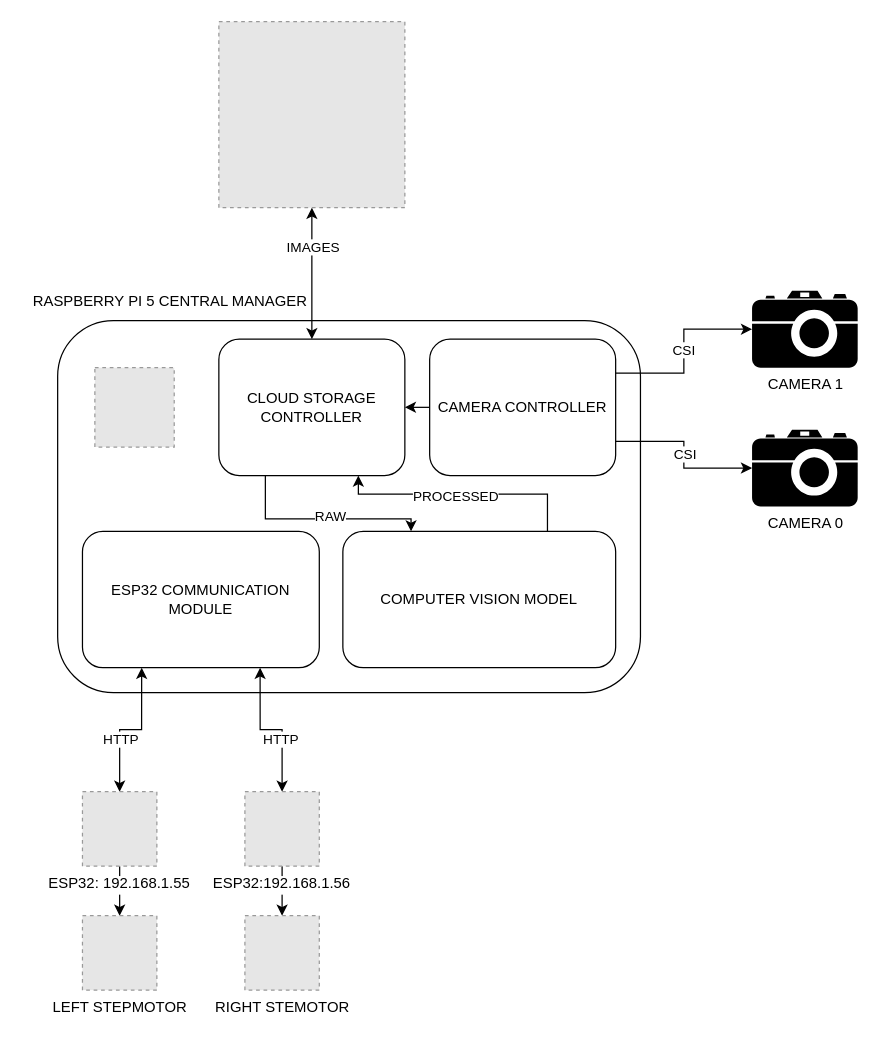
This is systemarchitecture.drawio from Jusepepe/PROYECTO_SCA, a draw.io file, before an edit. Source tidied: cells renumbered, new cells numbered last; positions are measured from the earlier drawing's top-left corner, leaving out a move shared by most shapes. Both pictures are drawn from the tidied source at 124%, with x=0, y=0 at pixel (21, 21). Pictures stored in the file or linked from it are replaced by grey dashed boxes.
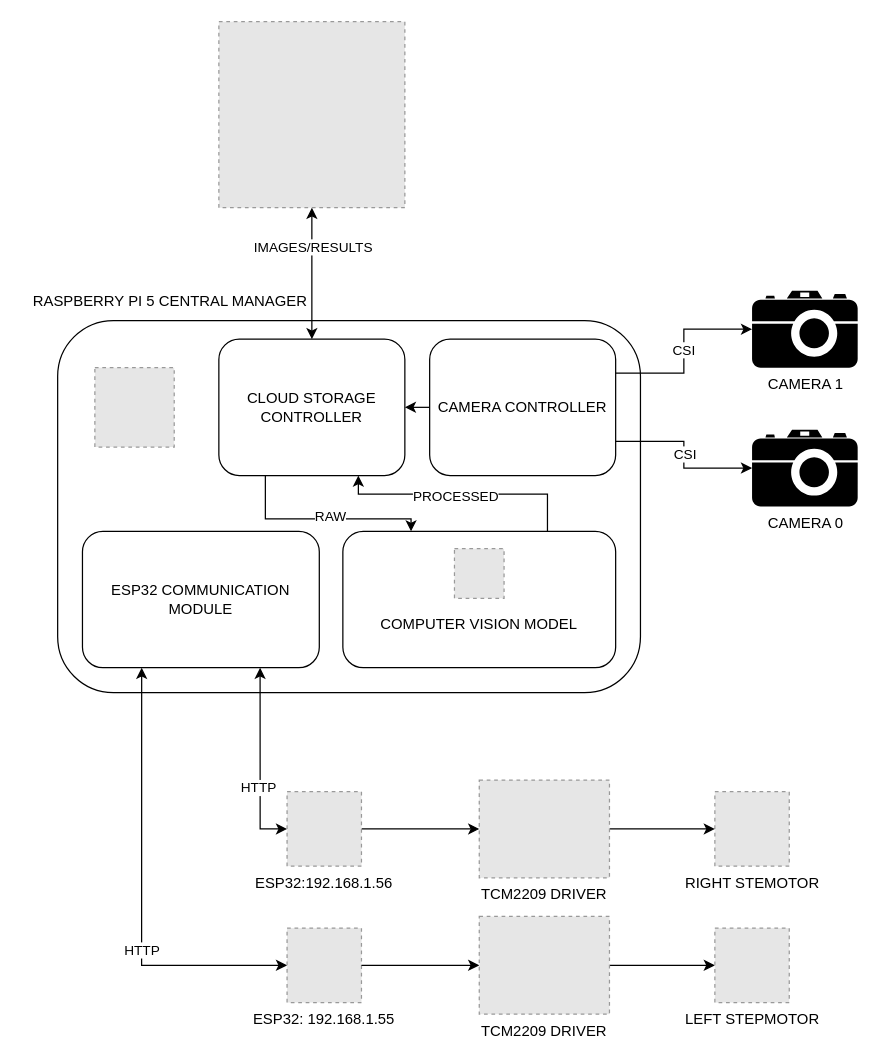
The same diagram, later.

Unchanged cells that the change refers to:
```xml
<mxCell id="12" value="ESP32 COMMUNICATION MODULE" style="rounded=1;whiteSpace=wrap;html=1;" parent="1" vertex="1">
  <mxGeometry x="49" y="411" width="191" height="110" as="geometry" />
</mxCell>
<mxCell id="13" style="edgeStyle=orthogonalEdgeStyle;rounded=0;jettySize=auto;html=1;exitX=0.5;exitY=0;exitDx=0;exitDy=0;entryX=0.5;entryY=1;entryDx=0;entryDy=0;startArrow=classic;startFill=1;" parent="1" edge="1" source="17" target="3">
  <mxGeometry relative="1" as="geometry" />
</mxCell>
```

The edit, as a diff of the source:
```diff
@@
-    <mxCell id="4" style="edgeStyle=orthogonalEdgeStyle;rounded=0;jettySize=auto;html=1;exitX=0.5;exitY=0;exitDx=0;exitDy=0;entryX=0.25;entryY=1;entryDx=0;entryDy=0;startArrow=classic;startFill=1;" parent="1" edge="1" source="7" target="12">
+    <mxCell id="4" style="edgeStyle=orthogonalEdgeStyle;rounded=0;jettySize=auto;html=1;exitX=0;exitY=0.5;exitDx=0;exitDy=0;entryX=0.25;entryY=1;entryDx=0;entryDy=0;startArrow=classic;startFill=1;" parent="1" edge="1" source="7" target="12">
       <mxGeometry relative="1" as="geometry" />
     </mxCell>
@@
-    <mxCell id="6" style="edgeStyle=orthogonalEdgeStyle;rounded=0;jettySize=auto;html=1;" parent="1" edge="1" source="7" target="26">
+    <mxCell id="6" style="edgeStyle=orthogonalEdgeStyle;rounded=0;jettySize=auto;html=1;" parent="1" edge="1" source="38" target="26">
       <mxGeometry relative="1" as="geometry" />
     </mxCell>
     <mxCell id="7" value="ESP32: 192.168.1.55" style="fillColor=#E6E6E6;strokeColor=#999999;dashed=1;verticalLabelPosition=bottom;labelBackgroundColor=default;verticalAlign=top;" parent="1" vertex="1">
-      <mxGeometry x="49" y="621" width="60" height="60" as="geometry" />
+      <mxGeometry x="214" y="731" width="60" height="60" as="geometry" />
     </mxCell>
-    <mxCell id="8" style="edgeStyle=orthogonalEdgeStyle;rounded=0;jettySize=auto;html=1;exitX=0.5;exitY=0;exitDx=0;exitDy=0;entryX=0.75;entryY=1;entryDx=0;entryDy=0;startArrow=classic;startFill=1;" parent="1" edge="1" source="11" target="12">
+    <mxCell id="8" style="edgeStyle=orthogonalEdgeStyle;rounded=0;jettySize=auto;html=1;exitX=0;exitY=0.5;exitDx=0;exitDy=0;entryX=0.75;entryY=1;entryDx=0;entryDy=0;startArrow=classic;startFill=1;" parent="1" edge="1" source="11" target="12">
       <mxGeometry relative="1" as="geometry" />
     </mxCell>
@@
-    <mxCell id="10" style="edgeStyle=orthogonalEdgeStyle;rounded=0;jettySize=auto;html=1;exitX=0.5;exitY=1;exitDx=0;exitDy=0;entryX=0.5;entryY=0;entryDx=0;entryDy=0;" parent="1" edge="1" source="11" target="27">
-      <mxGeometry relative="1" as="geometry" />
-    </mxCell>
+    <mxCell id="33" style="edgeStyle=orthogonalEdgeStyle;rounded=0;jettySize=auto;html=1;" parent="1" edge="1" source="11" target="36">
+      <mxGeometry relative="1" as="geometry" />
+    </mxCell>
     <mxCell id="11" value="ESP32:192.168.1.56" style="fillColor=#E6E6E6;strokeColor=#999999;dashed=1;verticalLabelPosition=bottom;labelBackgroundColor=default;verticalAlign=top;" parent="1" vertex="1">
-      <mxGeometry x="180" y="621" width="60" height="60" as="geometry" />
+      <mxGeometry x="214" y="621" width="60" height="60" as="geometry" />
     </mxCell>
@@
-    <mxCell id="14" value="IMAGES" style="edgeLabel;html=1;align=center;verticalAlign=middle;" parent="13" vertex="1">
+    <mxCell id="14" value="IMAGES/RESULTS" style="edgeLabel;html=1;align=center;verticalAlign=middle;" parent="13" vertex="1">
       <mxGeometry x="-0.05" y="-3" relative="1" as="geometry">
         <mxPoint x="-3" y="-25" as="offset" />
       </mxGeometry>
     </mxCell>
@@
-    <mxCell id="22" value="COMPUTER VISION MODEL" style="rounded=1;whiteSpace=wrap;html=1;" parent="1" vertex="1">
+    <mxCell id="22" value="&lt;div style=&quot;line-height: 390%; padding-top: 0px; margin-top: 40px;&quot;&gt;COMPUTER VISION MODEL&lt;/div&gt;" style="rounded=1;whiteSpace=wrap;html=1;" parent="1" vertex="1">
       <mxGeometry x="259" y="411" width="220" height="110" as="geometry" />
     </mxCell>
@@
     <mxCell id="26" value="LEFT STEPMOTOR" style="fillColor=#E6E6E6;strokeColor=#999999;dashed=1;html=1;verticalAlign=top;verticalLabelPosition=bottom;labelBackgroundColor=#ffffff;" parent="1" vertex="1">
-      <mxGeometry x="49" y="721" width="60" height="60" as="geometry" />
+      <mxGeometry x="559" y="731" width="60" height="60" as="geometry" />
     </mxCell>
     <mxCell id="27" value="RIGHT STEMOTOR" style="fillColor=#E6E6E6;strokeColor=#999999;dashed=1;html=1;verticalAlign=top;verticalLabelPosition=bottom;labelBackgroundColor=#ffffff;" parent="1" vertex="1">
-      <mxGeometry x="180" y="721" width="60" height="60" as="geometry" />
+      <mxGeometry x="559" y="621" width="60" height="60" as="geometry" />
     </mxCell>
@@
+    <mxCell id="34" style="fillColor=#E6E6E6;strokeColor=#999999;dashed=1;verticalLabelPosition=bottom;labelBackgroundColor=default;verticalAlign=top;" parent="1" vertex="1">
+      <mxGeometry x="349" y="425" width="40" height="40" as="geometry" />
+    </mxCell>
+    <mxCell id="35" style="edgeStyle=orthogonalEdgeStyle;rounded=0;jettySize=auto;html=1;" parent="1" edge="1" source="36" target="27">
+      <mxGeometry relative="1" as="geometry" />
+    </mxCell>
+    <mxCell id="36" value="TCM2209 DRIVER" style="fillColor=#E6E6E6;strokeColor=#999999;dashed=1;verticalLabelPosition=bottom;labelBackgroundColor=default;verticalAlign=top;" parent="1" vertex="1">
+      <mxGeometry x="369" y="611.6" width="105" height="78.8" as="geometry" />
+    </mxCell>
+    <mxCell id="37" style="edgeStyle=orthogonalEdgeStyle;rounded=0;jettySize=auto;html=1;" parent="1" edge="1" source="7" target="38">
+      <mxGeometry relative="1" as="geometry" />
+    </mxCell>
+    <mxCell id="38" value="TCM2209 DRIVER" style="fillColor=#E6E6E6;strokeColor=#999999;dashed=1;verticalLabelPosition=bottom;labelBackgroundColor=default;verticalAlign=top;" parent="1" vertex="1">
+      <mxGeometry x="369" y="721.6" width="105" height="78.8" as="geometry" />
+    </mxCell>
```
